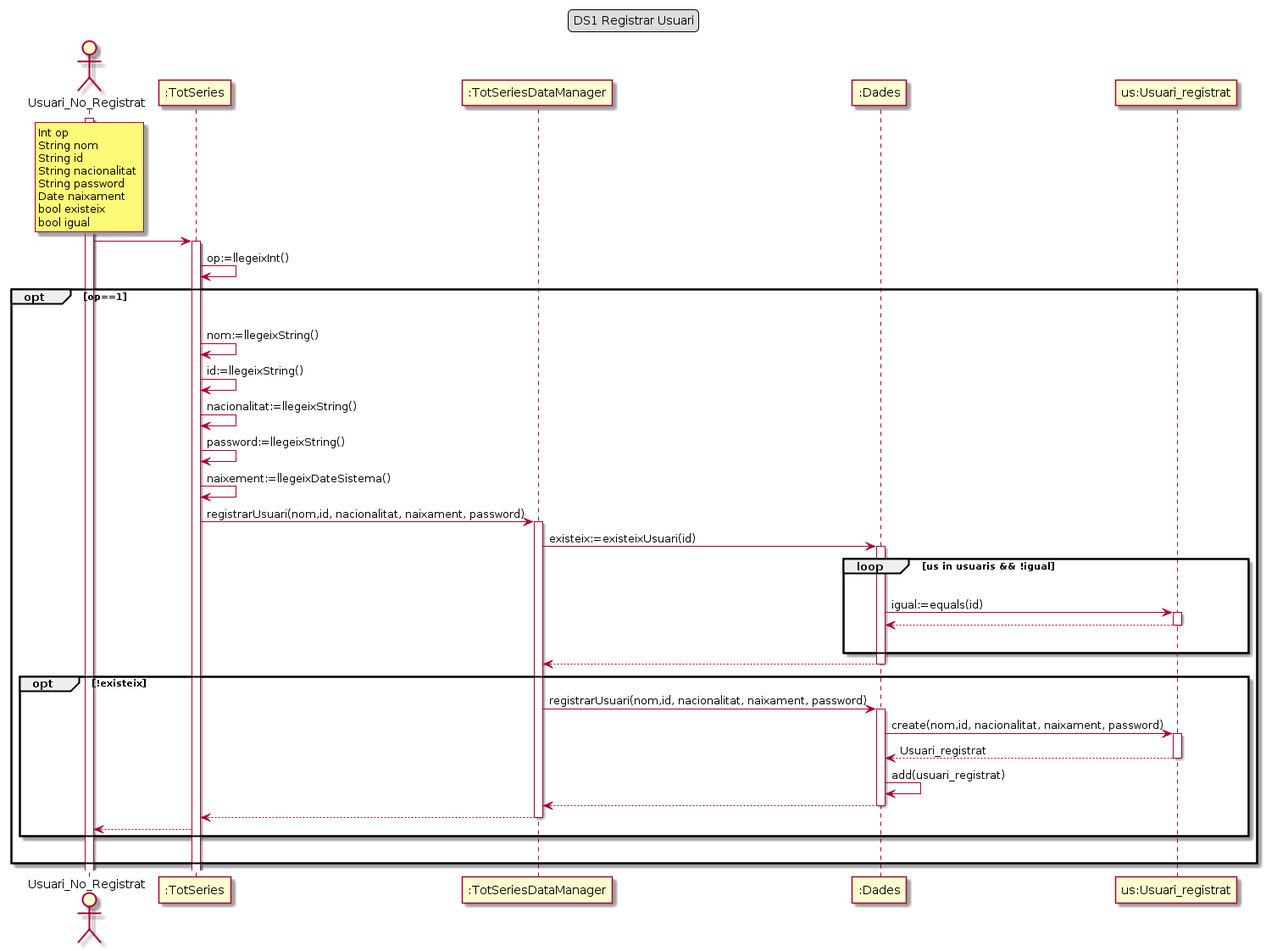
Earlier version of the PlantUML export Lab5/GrupA_BergantiñosAngelDiazFranciscoL1b/DS/DS1 RegistrarUser.png (Ralleg314/DS).
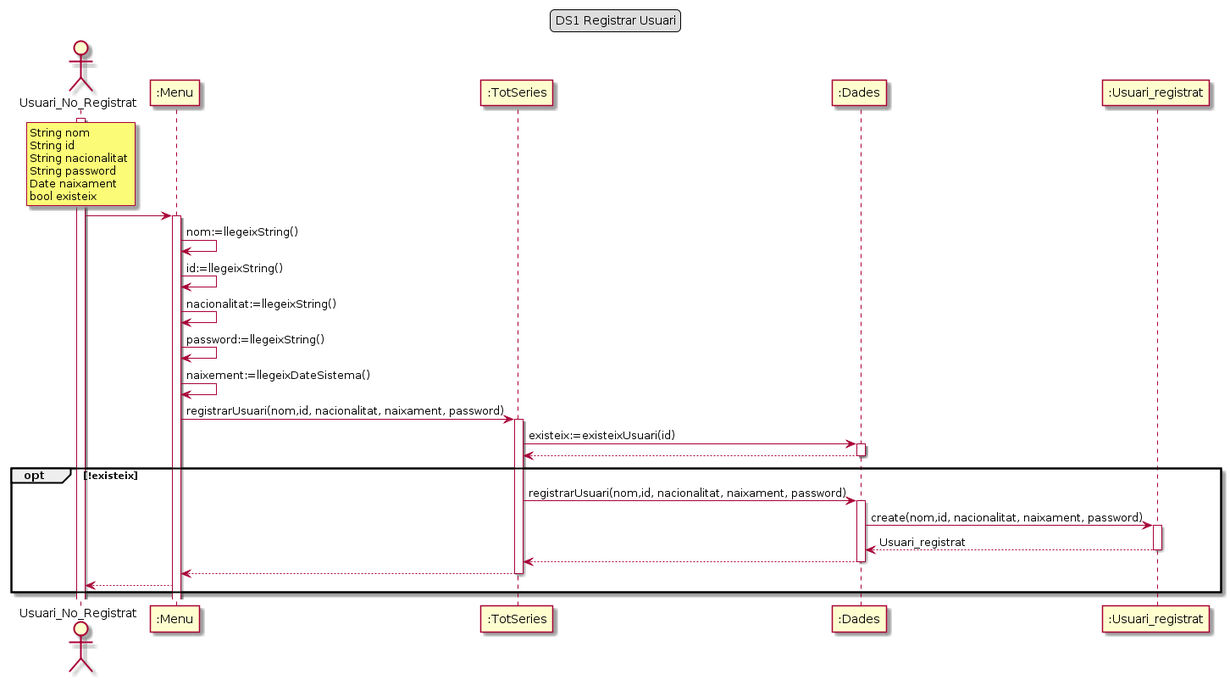
Later version of the same file.

Change to the diagram source:
```diff
@@ -6,63 +6,48 @@
 actor Usuari_No_Registrat as usuari
 activate usuari
 rnote over usuari
-    Int op
     String nom
     String id
     String nacionalitat
     String password
     Date naixament
     bool existeix
-    bool igual
 end rnote
 
-participant ":TotSeries" as menu
-participant ":TotSeriesDataManager" as TS
+participant ":Menu" as menu
+participant ":TotSeries" as TS
 participant ":Dades" as dades
-participant "us:Usuari_registrat" as us
+participant ":Usuari_registrat" as us
 
 usuari -> menu
 activate menu
-menu -> menu: op:=llegeixInt()
-opt op==1
-    |||
-    menu -> menu: nom:=llegeixString()
-    menu -> menu: id:=llegeixString()
-    menu -> menu: nacionalitat:=llegeixString()
-    menu -> menu: password:=llegeixString()
-    menu -> menu: naixement:=llegeixDateSistema()
-    menu -> TS: registrarUsuari(nom,id, nacionalitat, naixament, password)
-    activate TS
 
-    TS -> dades : existeix:=existeixUsuari(id)
-    activate dades
-    loop us in usuaris && !igual
-        |||
-        dades -> us: igual:=equals(id)
-        activate us
-        us -->dades
-        deactivate us
-        |||
-    end
-    dades ---> TS
-    deactivate dades
+menu -> menu: nom:=llegeixString()
+menu -> menu: id:=llegeixString()
+menu -> menu: nacionalitat:=llegeixString()
+menu -> menu: password:=llegeixString()
+menu -> menu: naixement:=llegeixDateSistema()
+menu -> TS: registrarUsuari(nom,id, nacionalitat, naixament, password)
+activate TS
+
+TS -> dades : existeix:=existeixUsuari(id)
+activate dades
+dades ---> TS
+deactivate dades
 
 
-    opt !existeix
+opt !existeix
 
-    TS -> dades : registrarUsuari(nom,id, nacionalitat, naixament, password)
-    activate dades
-    dades -> us : create(nom,id, nacionalitat, naixament, password)
-    activate us
-    us ---> dades : Usuari_registrat
-    deactivate us
-    dades -> dades : add(usuari_registrat)
-    dades ---> TS
-    deactivate dades
-    TS ---> menu
-    deactivate TS
-    menu ---> usuari
-    end
-    |||
+TS -> dades : registrarUsuari(nom,id, nacionalitat, naixament, password)
+activate dades
+dades -> us : create(nom,id, nacionalitat, naixament, password)
+activate us
+us ---> dades : Usuari_registrat
+deactivate us
+dades ---> TS
+deactivate dades
+TS ---> menu
+deactivate TS
+menu ---> usuari
 end
 @enduml
```
